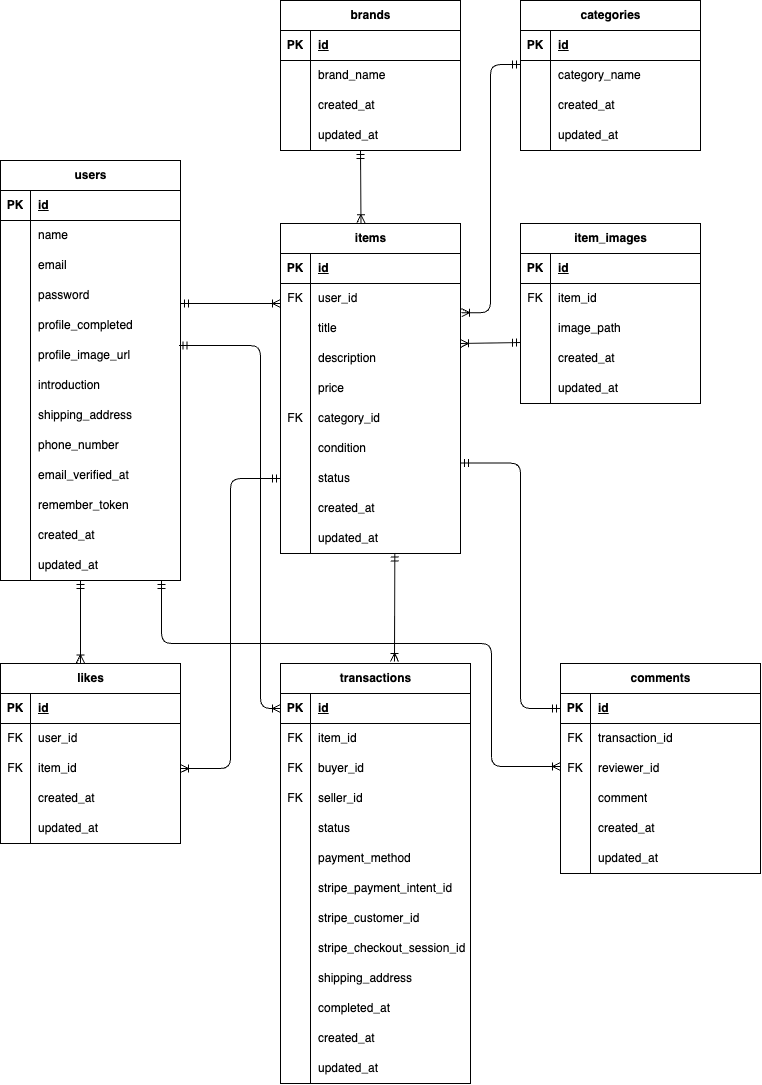
This is er.drawio.png from S185900/flea-market-app, a draw.io export, as it was before one commit. Source tidied: cells renumbered, new cells last; positions are measured from the earlier drawing's top-left corner, leaving out a move shared by most shapes.
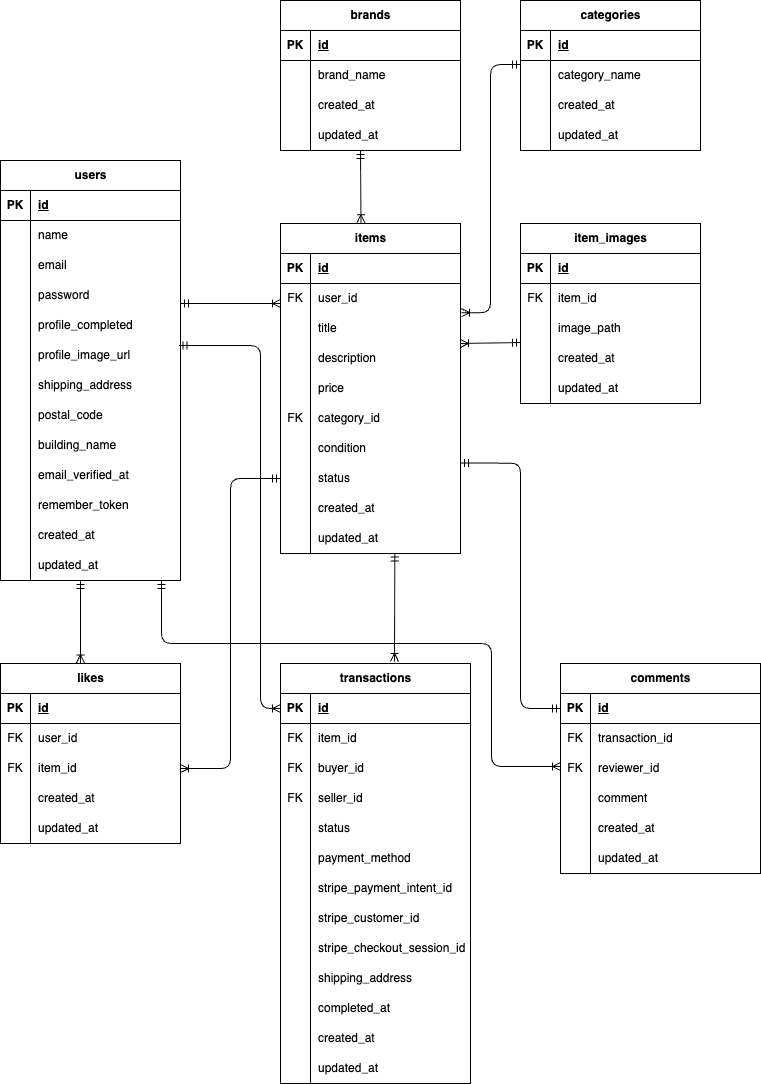
Later version of the same file.

The edit, as a diff of the source:
```diff
@@ -65,7 +65,7 @@
     <mxCell id="22" style="shape=partialRectangle;fillColor=none;top=0;left=0;bottom=0;right=0;overflow=hidden;whiteSpace=wrap;html=1;" parent="21" vertex="1">
       <mxGeometry width="30" height="30" as="geometry" />
     </mxCell>
-    <mxCell id="23" value="&lt;span style=&quot;color: rgb(0, 0, 0);&quot;&gt;introduction&lt;/span&gt;" style="shape=partialRectangle;fillColor=none;top=0;left=0;bottom=0;right=0;align=left;spacingLeft=6;overflow=hidden;whiteSpace=wrap;html=1;" parent="21" vertex="1">
+    <mxCell id="23" value="&lt;span style=&quot;color: rgb(0, 0, 0);&quot;&gt;shipping_address&lt;/span&gt;" style="shape=partialRectangle;fillColor=none;top=0;left=0;bottom=0;right=0;align=left;spacingLeft=6;overflow=hidden;whiteSpace=wrap;html=1;" parent="21" vertex="1">
       <mxGeometry x="30" width="150" height="30" as="geometry" />
     </mxCell>
     <mxCell id="24" style="shape=tableRow;horizontal=0;startSize=0;swimlaneHead=0;swimlaneBody=0;fillColor=none;top=0;left=0;right=0;bottom=0;" parent="2" vertex="1">
@@ -74,7 +74,7 @@
     <mxCell id="25" style="shape=partialRectangle;fillColor=none;top=0;left=0;bottom=0;right=0;overflow=hidden;whiteSpace=wrap;html=1;" parent="24" vertex="1">
       <mxGeometry width="30" height="30" as="geometry" />
     </mxCell>
-    <mxCell id="26" value="&lt;span style=&quot;color: rgb(0, 0, 0);&quot;&gt;shipping_address&lt;/span&gt;" style="shape=partialRectangle;fillColor=none;top=0;left=0;bottom=0;right=0;align=left;spacingLeft=6;overflow=hidden;whiteSpace=wrap;html=1;" parent="24" vertex="1">
+    <mxCell id="26" value="&lt;span style=&quot;color: rgb(0, 0, 0);&quot;&gt;postal_code&lt;/span&gt;" style="shape=partialRectangle;fillColor=none;top=0;left=0;bottom=0;right=0;align=left;spacingLeft=6;overflow=hidden;whiteSpace=wrap;html=1;" parent="24" vertex="1">
       <mxGeometry x="30" width="150" height="30" as="geometry" />
     </mxCell>
     <mxCell id="27" style="shape=tableRow;horizontal=0;startSize=0;swimlaneHead=0;swimlaneBody=0;fillColor=none;top=0;left=0;right=0;bottom=0;" parent="2" vertex="1">
@@ -83,7 +83,7 @@
     <mxCell id="28" style="shape=partialRectangle;fillColor=none;top=0;left=0;bottom=0;right=0;overflow=hidden;whiteSpace=wrap;html=1;" parent="27" vertex="1">
       <mxGeometry width="30" height="30" as="geometry" />
     </mxCell>
-    <mxCell id="29" value="&lt;span style=&quot;color: rgb(0, 0, 0);&quot;&gt;phone_number&lt;/span&gt;" style="shape=partialRectangle;fillColor=none;top=0;left=0;bottom=0;right=0;align=left;spacingLeft=6;overflow=hidden;whiteSpace=wrap;html=1;" parent="27" vertex="1">
+    <mxCell id="29" value="&lt;span style=&quot;color: rgb(0, 0, 0);&quot;&gt;building_name&lt;/span&gt;" style="shape=partialRectangle;fillColor=none;top=0;left=0;bottom=0;right=0;align=left;spacingLeft=6;overflow=hidden;whiteSpace=wrap;html=1;" parent="27" vertex="1">
       <mxGeometry x="30" width="150" height="30" as="geometry" />
     </mxCell>
     <mxCell id="30" style="shape=tableRow;horizontal=0;startSize=0;swimlaneHead=0;swimlaneBody=0;fillColor=none;top=0;left=0;right=0;bottom=0;" parent="2" vertex="1">
```
